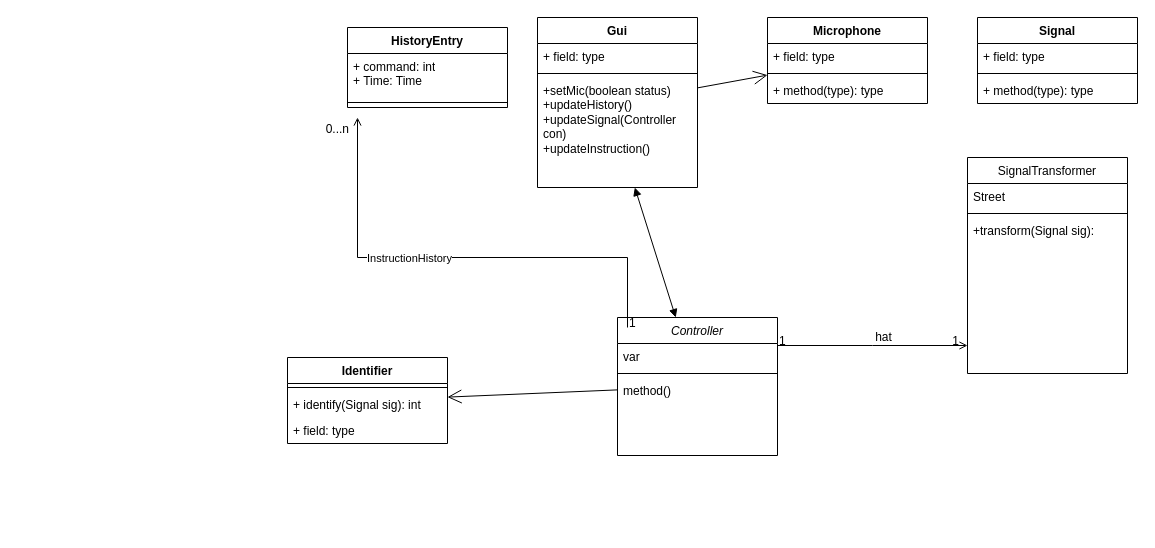
The draw.io diagram Project-organisation/klassendiagramm.drawio in nadine-bichler/voice_control_system, before the edit. Source tidied: cells renumbered, new cells numbered last; positions are measured from the earlier drawing's top-left corner, leaving out a move shared by most shapes. Both pictures are drawn from the tidied source at 100%, with x=0, y=0 at pixel (287, 17).
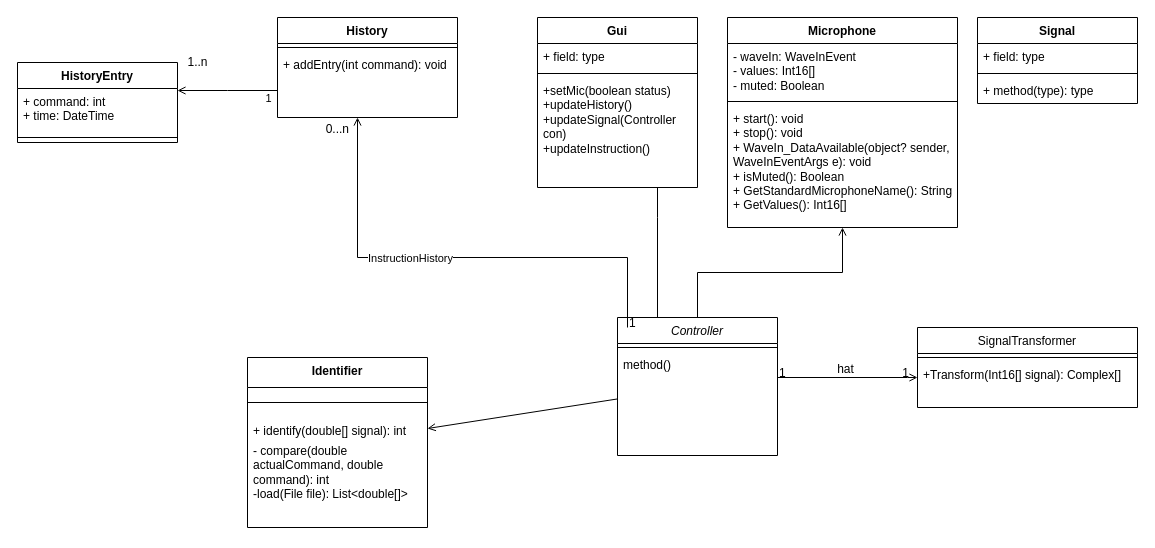
Above is the later version.

The change refers to these unchanged cells:
```xml
<mxCell id="2" value="Controller" style="swimlane;fontStyle=2;align=center;verticalAlign=top;horizontal=1;startSize=26;rounded=0;shadow=0;strokeWidth=1;" parent="1" vertex="1">
  <mxGeometry x="330" y="300" width="160" height="138" as="geometry" />
</mxCell>
<mxCell id="18" value="Gui" style="swimlane;fontStyle=1;align=center;verticalAlign=top;horizontal=1;startSize=26;whiteSpace=wrap;html=1;" parent="1" vertex="1">
  <mxGeometry x="250" width="160" height="170" as="geometry" />
</mxCell>
<mxCell id="21" value="+setMic(boolean status)&lt;div&gt;+updateHistory()&lt;/div&gt;&lt;div&gt;+updateSignal(Controller con)&lt;/div&gt;&lt;div&gt;+updateInstruction()&lt;/div&gt;&lt;div&gt;&lt;br&gt;&lt;/div&gt;&lt;div&gt;&lt;br&gt;&lt;/div&gt;&lt;div&gt;&lt;br&gt;&lt;/div&gt;" style="text;strokeColor=none;fillColor=none;align=left;verticalAlign=top;spacingLeft=4;spacingRight=4;overflow=hidden;points=[[0,0.5],[1,0.5]];portConstraint=eastwest;whiteSpace=wrap;html=1;" parent="18" vertex="1">
  <mxGeometry y="60" width="160" height="110" as="geometry" />
</mxCell>
```

What changed in the source:
```diff
@@
-    <mxCell id="3" value="var" style="text;align=left;verticalAlign=top;spacingLeft=4;spacingRight=4;overflow=hidden;rounded=0;shadow=0;html=0;" parent="2" vertex="1">
-      <mxGeometry y="26" width="160" height="26" as="geometry" />
-    </mxCell>
     <mxCell id="4" style="line;html=1;strokeWidth=1;align=left;verticalAlign=middle;spacingTop=-1;spacingLeft=3;spacingRight=3;labelPosition=right;" parent="2" vertex="1">
-      <mxGeometry y="52" width="160" height="8" as="geometry" />
+      <mxGeometry y="26" width="160" height="8" as="geometry" />
     </mxCell>
     <mxCell id="5" value="method()" style="text;align=left;verticalAlign=top;spacingLeft=4;spacingRight=4;overflow=hidden;" parent="2" vertex="1">
-      <mxGeometry y="60" width="160" height="26" as="geometry" />
+      <mxGeometry y="34" width="160" height="26" as="geometry" />
     </mxCell>
     <mxCell id="6" value="SignalTransformer" style="swimlane;fontStyle=0;align=center;verticalAlign=top;horizontal=1;startSize=26;rounded=0;shadow=0;strokeWidth=1;" parent="1" vertex="1">
-      <mxGeometry x="680" y="140" width="160" height="216" as="geometry" />
+      <mxGeometry x="630" y="310" width="220" height="80" as="geometry" />
     </mxCell>
-    <mxCell id="7" value="Street" style="text;align=left;verticalAlign=top;spacingLeft=4;spacingRight=4;overflow=hidden;" parent="6" vertex="1">
-      <mxGeometry y="26" width="160" height="26" as="geometry" />
-    </mxCell>
     <mxCell id="8" style="line;html=1;strokeWidth=1;align=left;verticalAlign=middle;spacingTop=-1;spacingLeft=3;spacingRight=3;labelPosition=right;" parent="6" vertex="1">
-      <mxGeometry y="52" width="160" height="8" as="geometry" />
+      <mxGeometry y="26" width="220" height="8" as="geometry" />
     </mxCell>
-    <mxCell id="9" value="+transform(Signal sig):" style="text;align=left;verticalAlign=top;spacingLeft=4;spacingRight=4;overflow=hidden;" parent="6" vertex="1">
-      <mxGeometry y="60" width="160" height="26" as="geometry" />
+    <mxCell id="9" value="+Transform(Int16[] signal): Complex[]" style="text;align=left;verticalAlign=top;spacingLeft=4;spacingRight=4;overflow=hidden;" parent="6" vertex="1">
+      <mxGeometry y="34" width="220" height="26" as="geometry" />
     </mxCell>
-    <mxCell id="10" style="endArrow=open;shadow=0;strokeWidth=1;rounded=0;curved=0;endFill=1;edgeStyle=elbowEdgeStyle;elbow=vertical;" parent="1" edge="1" source="2" target="6">
+    <mxCell id="10" style="endArrow=open;shadow=0;strokeWidth=1;rounded=0;curved=0;endFill=0;edgeStyle=elbowEdgeStyle;elbow=vertical;" parent="1" edge="1" source="2" target="6">
       <mxGeometry x="0.5" y="41" relative="1" as="geometry">
+        <Array as="points">
+          <mxPoint x="620" y="360" />
+        </Array>
         <mxPoint x="-40" y="32" as="offset" />
       </mxGeometry>
     </mxCell>
@@
-    <mxCell id="14" value="Identifier" style="swimlane;fontStyle=1;align=center;verticalAlign=top;horizontal=1;startSize=26;whiteSpace=wrap;html=1;" parent="1" vertex="1">
-      <mxGeometry y="340" width="160" height="86" as="geometry" />
+    <mxCell id="14" value="Identifier" style="swimlane;fontStyle=1;align=center;verticalAlign=top;horizontal=1;startSize=30;whiteSpace=wrap;html=1;" parent="1" vertex="1">
+      <mxGeometry x="-40" y="340" width="180" height="170" as="geometry" />
     </mxCell>
     <mxCell id="15" style="line;strokeWidth=1;fillColor=none;align=left;verticalAlign=middle;spacingTop=-1;spacingLeft=3;spacingRight=3;labelPosition=right;strokeColor=inherit;" parent="14" vertex="1">
-      <mxGeometry y="26" width="160" height="8" as="geometry" />
+      <mxGeometry y="30" width="180" height="30" as="geometry" />
     </mxCell>
-    <mxCell id="16" value="+ identify(Signal sig): int" style="text;strokeColor=none;fillColor=none;align=left;verticalAlign=top;spacingLeft=4;spacingRight=4;overflow=hidden;whiteSpace=wrap;html=1;" parent="14" vertex="1">
-      <mxGeometry y="34" width="160" height="26" as="geometry" />
+    <mxCell id="16" value="+ identify(double[] signal): int" style="text;strokeColor=none;fillColor=none;align=left;verticalAlign=top;spacingLeft=4;spacingRight=4;overflow=hidden;whiteSpace=wrap;html=1;" parent="14" vertex="1">
+      <mxGeometry y="60" width="180" height="20" as="geometry" />
     </mxCell>
-    <mxCell id="17" value="+ field: type" style="text;strokeColor=none;fillColor=none;align=left;verticalAlign=top;spacingLeft=4;spacingRight=4;overflow=hidden;whiteSpace=wrap;html=1;" parent="14" vertex="1">
-      <mxGeometry y="60" width="160" height="26" as="geometry" />
+    <mxCell id="17" value="- compare(double actualCommand, double command): int&lt;div&gt;-load(File file): List&amp;lt;double[]&amp;gt;&amp;nbsp;&lt;br&gt;&lt;div&gt;&lt;br&gt;&lt;/div&gt;&lt;div&gt;&lt;br&gt;&lt;div&gt;&lt;br&gt;&lt;/div&gt;&lt;/div&gt;&lt;/div&gt;" style="text;strokeColor=none;fillColor=none;align=left;verticalAlign=top;spacingLeft=4;spacingRight=4;overflow=hidden;whiteSpace=wrap;html=1;" parent="14" vertex="1">
+      <mxGeometry y="80" width="180" height="90" as="geometry" />
     </mxCell>
@@
     <mxCell id="22" value="Microphone" style="swimlane;fontStyle=1;align=center;verticalAlign=top;horizontal=1;startSize=26;whiteSpace=wrap;html=1;" parent="1" vertex="1">
-      <mxGeometry x="480" width="160" height="86" as="geometry" />
+      <mxGeometry x="440" width="230" height="210" as="geometry" />
     </mxCell>
-    <mxCell id="23" value="+ field: type" style="text;strokeColor=none;fillColor=none;align=left;verticalAlign=top;spacingLeft=4;spacingRight=4;overflow=hidden;whiteSpace=wrap;html=1;" parent="22" vertex="1">
-      <mxGeometry y="26" width="160" height="26" as="geometry" />
+    <mxCell id="23" value="- waveIn: WaveInEvent&lt;div&gt;- values: Int16[]&lt;/div&gt;&lt;div&gt;- muted: Boolean&lt;/div&gt;" style="text;strokeColor=none;fillColor=none;align=left;verticalAlign=top;spacingLeft=4;spacingRight=4;overflow=hidden;whiteSpace=wrap;html=1;" parent="22" vertex="1">
+      <mxGeometry y="26" width="230" height="54" as="geometry" />
     </mxCell>
     <mxCell id="24" style="line;strokeWidth=1;fillColor=none;align=left;verticalAlign=middle;spacingTop=-1;spacingLeft=3;spacingRight=3;labelPosition=right;strokeColor=inherit;" parent="22" vertex="1">
-      <mxGeometry y="52" width="160" height="8" as="geometry" />
+      <mxGeometry y="80" width="230" height="8" as="geometry" />
     </mxCell>
-    <mxCell id="25" value="+ method(type): type" style="text;strokeColor=none;fillColor=none;align=left;verticalAlign=top;spacingLeft=4;spacingRight=4;overflow=hidden;whiteSpace=wrap;html=1;" parent="22" vertex="1">
-      <mxGeometry y="60" width="160" height="26" as="geometry" />
+    <mxCell id="25" value="+ start(): void&lt;div&gt;+ stop(): void&lt;/div&gt;&lt;div&gt;+&amp;nbsp;WaveIn_DataAvailable(object? sender, WaveInEventArgs e): void&lt;/div&gt;&lt;div&gt;+ isMuted(): Boolean&lt;/div&gt;&lt;div&gt;+&amp;nbsp;GetStandardMicrophoneName(): String&lt;/div&gt;&lt;div&gt;+ GetValues(): Int16[]&lt;/div&gt;" style="text;strokeColor=none;fillColor=none;align=left;verticalAlign=top;spacingLeft=4;spacingRight=4;overflow=hidden;whiteSpace=wrap;html=1;" parent="22" vertex="1">
+      <mxGeometry y="88" width="230" height="122" as="geometry" />
     </mxCell>
@@
     <mxCell id="30" value="HistoryEntry" style="swimlane;fontStyle=1;align=center;verticalAlign=top;horizontal=1;startSize=26;whiteSpace=wrap;html=1;" parent="1" vertex="1">
-      <mxGeometry x="60" y="10" width="160" height="80" as="geometry" />
+      <mxGeometry x="-270" y="45" width="160" height="80" as="geometry" />
     </mxCell>
-    <mxCell id="31" value="+ command: int&lt;div&gt;+ Time: Time&lt;/div&gt;" style="text;strokeColor=none;fillColor=none;align=left;verticalAlign=top;spacingLeft=4;spacingRight=4;overflow=hidden;whiteSpace=wrap;html=1;" parent="30" vertex="1">
+    <mxCell id="31" value="+ command: int&lt;div&gt;+ time:&amp;nbsp;&lt;span style=&quot;background-color: transparent; color: light-dark(rgb(0, 0, 0), rgb(255, 255, 255));&quot;&gt;DateTime&lt;/span&gt;&lt;/div&gt;" style="text;strokeColor=none;fillColor=none;align=left;verticalAlign=top;spacingLeft=4;spacingRight=4;overflow=hidden;whiteSpace=wrap;html=1;" parent="30" vertex="1">
       <mxGeometry y="26" width="160" height="44" as="geometry" />
     </mxCell>
@@
-    <mxCell id="37" style="endArrow=open;endFill=1;endSize=12;html=1;rounded=0;" parent="1" edge="1" source="18" target="22">
+    <mxCell id="37" style="endArrow=open;endFill=0;endSize=6;html=1;rounded=0;edgeStyle=elbowEdgeStyle;elbow=vertical;" parent="1" edge="1" source="2" target="22">
       <mxGeometry relative="1" as="geometry" />
     </mxCell>
-    <mxCell id="38" style="endArrow=block;startArrow=block;endFill=1;startFill=1;html=1;rounded=0;" parent="1" edge="1" source="21" target="2">
-      <mxGeometry relative="1" as="geometry" />
-    </mxCell>
-    <mxCell id="39" style="endArrow=open;endFill=1;endSize=12;html=1;rounded=0;" parent="1" edge="1" source="2" target="14">
+    <mxCell id="39" style="endArrow=open;endFill=1;endSize=6;html=1;rounded=0;" parent="1" edge="1" source="2" target="14">
       <mxGeometry relative="1" as="geometry" />
     </mxCell>
+    <mxCell id="40" style="endArrow=none;html=1;edgeStyle=orthogonalEdgeStyle;rounded=0;" parent="1" edge="1" source="2" target="18">
+      <mxGeometry relative="1" as="geometry">
+        <Array as="points">
+          <mxPoint x="370" y="200" />
+          <mxPoint x="370" y="200" />
+        </Array>
+      </mxGeometry>
+    </mxCell>
+    <mxCell id="41" value="History" style="swimlane;fontStyle=1;align=center;verticalAlign=top;horizontal=1;startSize=26;whiteSpace=wrap;html=1;" parent="1" vertex="1">
+      <mxGeometry x="-10" width="180" height="100" as="geometry" />
+    </mxCell>
+    <mxCell id="42" style="line;strokeWidth=1;fillColor=none;align=left;verticalAlign=middle;spacingTop=-1;spacingLeft=3;spacingRight=3;labelPosition=right;strokeColor=inherit;" parent="41" vertex="1">
+      <mxGeometry y="26" width="180" height="8" as="geometry" />
+    </mxCell>
+    <mxCell id="43" value="+ addEntry(int command): void&lt;div&gt;&lt;br&gt;&lt;/div&gt;" style="text;strokeColor=none;fillColor=none;align=left;verticalAlign=top;spacingLeft=4;spacingRight=4;overflow=hidden;whiteSpace=wrap;html=1;" parent="41" vertex="1">
+      <mxGeometry y="34" width="180" height="66" as="geometry" />
+    </mxCell>
+    <mxCell id="44" style="endArrow=open;endFill=1;endSize=6;html=1;rounded=0;edgeStyle=elbowEdgeStyle;elbow=vertical;" parent="1" edge="1" source="41" target="30">
+      <mxGeometry relative="1" as="geometry" />
+    </mxCell>
+    <mxCell id="45" value="1" style="edgeLabel;html=1;align=center;verticalAlign=middle;" parent="44" vertex="1">
+      <mxGeometry x="-0.32" y="-1" relative="1" as="geometry">
+        <mxPoint x="24" y="8" as="offset" />
+      </mxGeometry>
+    </mxCell>
+    <mxCell id="46" value="1..n" style="text;html=1;align=center;verticalAlign=middle;strokeColor=none;fillColor=none;" parent="1" vertex="1">
+      <mxGeometry x="-110" y="30" width="40" height="30" as="geometry" />
+    </mxCell>
```
